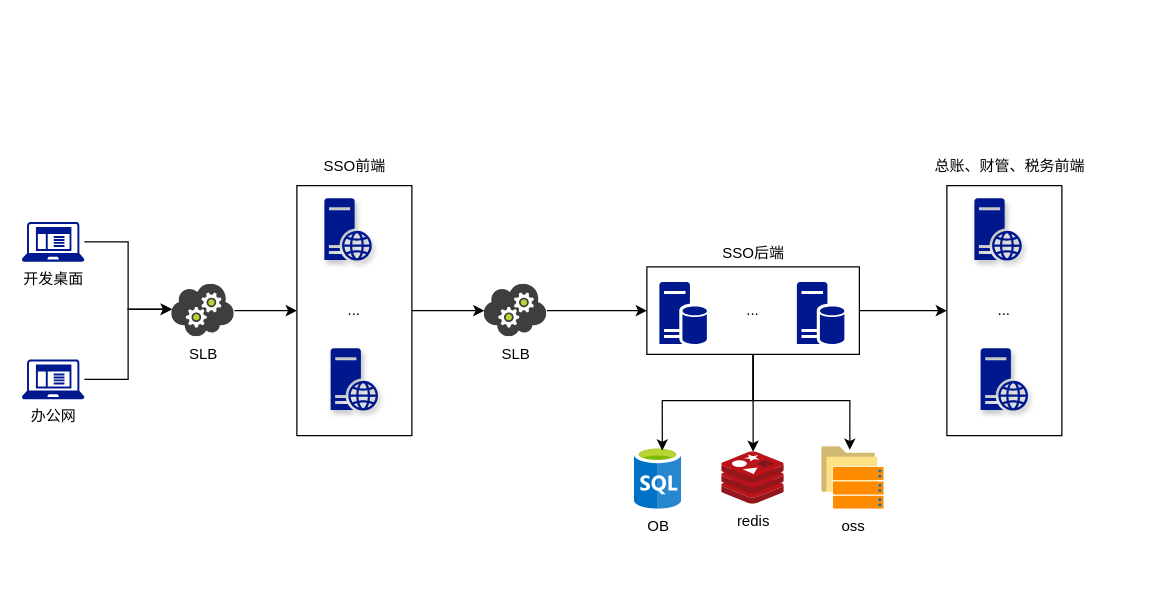
Earlier version of the draw.io diagram sso_arc.drawio (TzashiNorpu/gl). Source tidied: cells renumbered, new cells numbered last; positions are measured from the earlier drawing's top-left corner, leaving out a move shared by most shapes. Both pictures are drawn from the tidied source at 125%, with x=0, y=0 at pixel (21, 148).
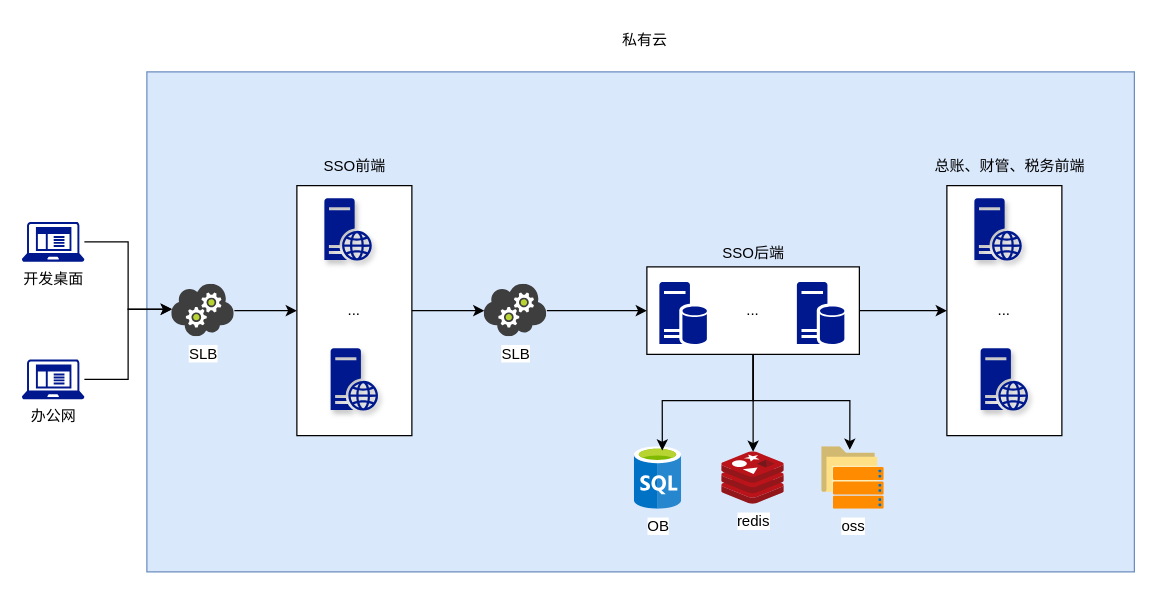
After the change.

What changed in the source:
```diff
@@
+    <mxCell id="33" style="whiteSpace=wrap;html=1;fillColor=#dae8fc;strokeColor=#6c8ebf;" parent="1" vertex="1">
+      <mxGeometry x="100" y="-61" width="790" height="400" as="geometry" />
+    </mxCell>
@@
+    <mxCell id="34" value="私有云" style="text;html=1;align=center;verticalAlign=middle;strokeColor=none;fillColor=none;" parent="1" vertex="1">
+      <mxGeometry x="468" y="-101" width="60" height="30" as="geometry" />
+    </mxCell>
```
